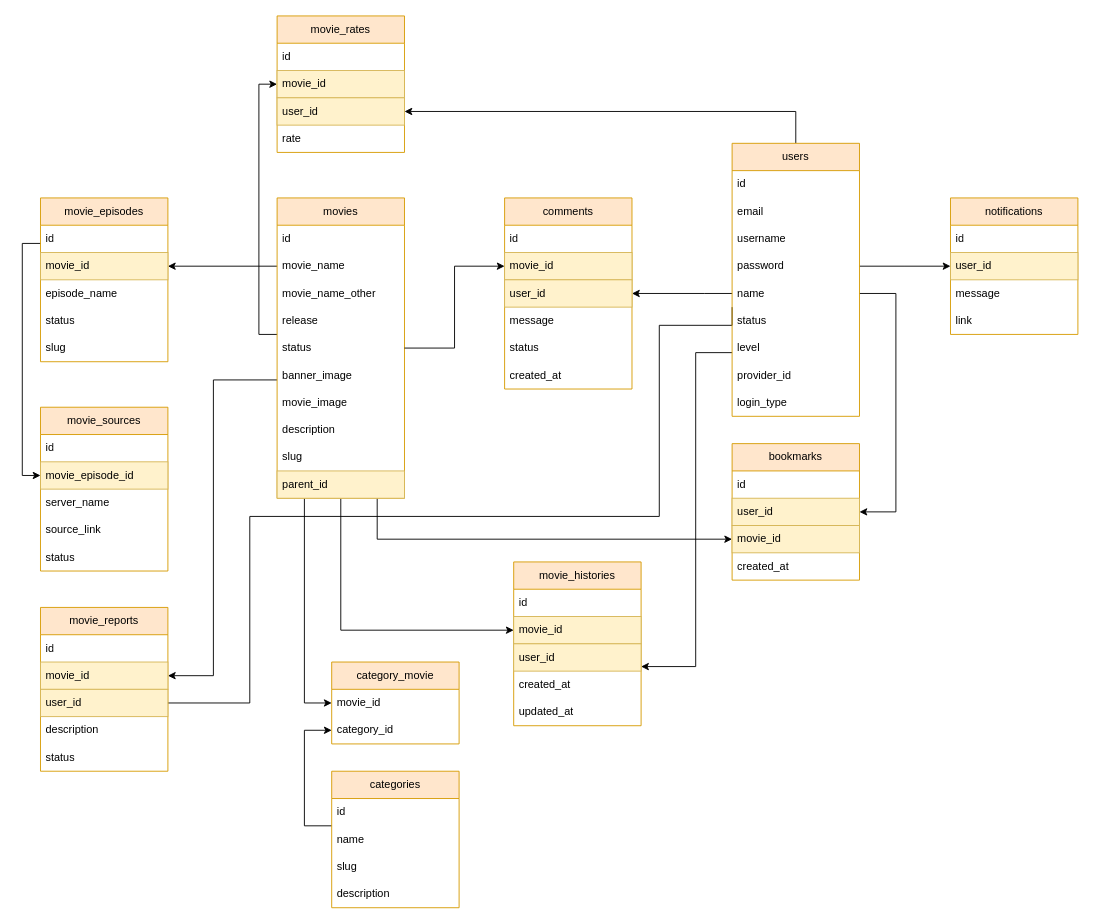
Earlier version of the draw.io diagram movies_erd.drawio (chinhps/movie-project). Source tidied: cells renumbered, new cells numbered last; positions are measured from the earlier drawing's top-left corner, leaving out a move shared by most shapes. Both pictures are drawn from the tidied source at 91%, with x=0, y=0 at pixel (22, 15).
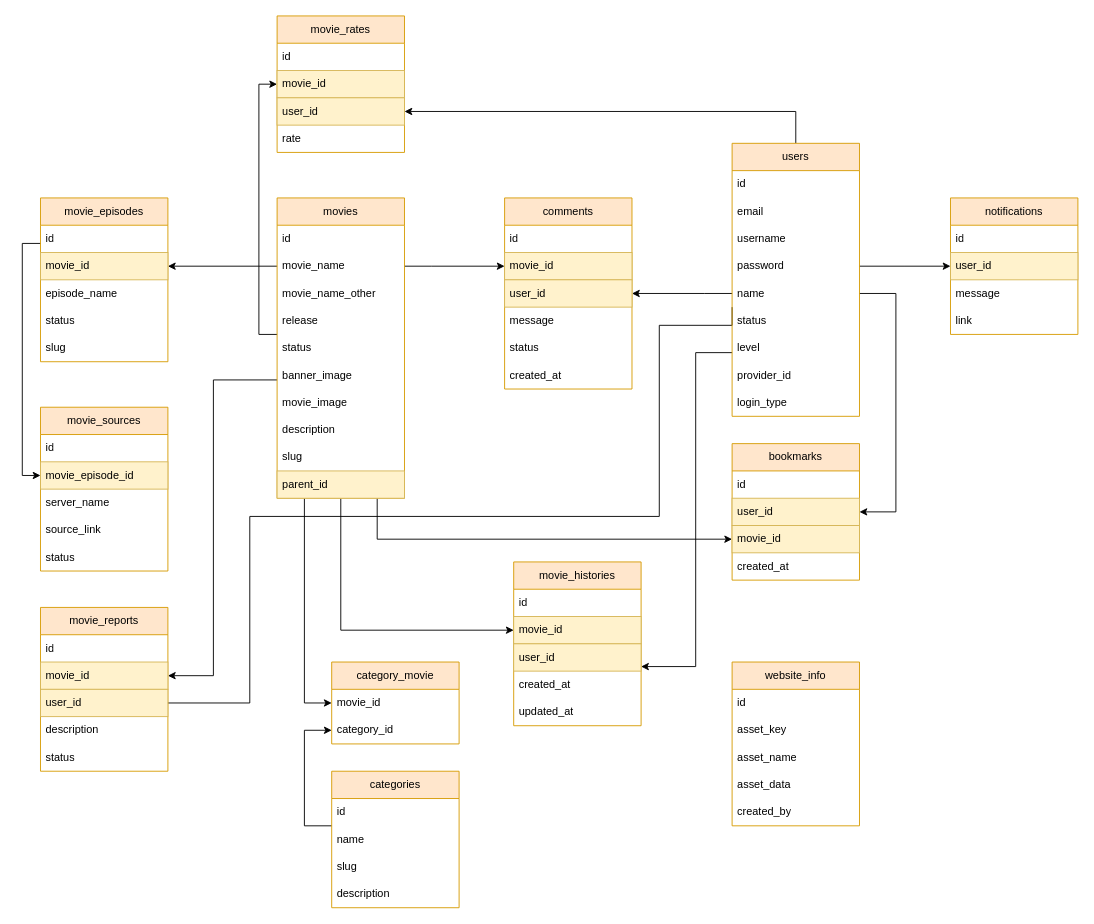
The same diagram, later.

Unchanged cells that the change refers to:
```xml
<mxCell id="8" value="movies" style="swimlane;fontStyle=0;horizontal=1;startSize=30;whiteSpace=wrap;html=1;fillColor=#ffe6cc;strokeColor=#d79b00;" parent="1" vertex="1">
  <mxGeometry x="280" y="200" width="140" height="330" as="geometry" />
</mxCell>
<mxCell id="13" value="status" style="text;align=left;verticalAlign=middle;spacingLeft=4;spacingRight=4;overflow=hidden;points=[[0,0.5],[1,0.5]];portConstraint=eastwest;whiteSpace=wrap;html=1;" parent="8" vertex="1">
  <mxGeometry y="150" width="140" height="30" as="geometry" />
</mxCell>
<mxCell id="28" value="movie_id" style="text;strokeColor=#d6b656;fillColor=#fff2cc;align=left;verticalAlign=middle;spacingLeft=4;spacingRight=4;overflow=hidden;points=[[0,0.5],[1,0.5]];portConstraint=eastwest;whiteSpace=wrap;html=1;" parent="26" vertex="1">
  <mxGeometry y="60" width="140" height="30" as="geometry" />
</mxCell>
```

The edit, as a diff of the source:
```diff
@@
+    <mxCell id="92" style="edgeStyle=orthogonalEdgeStyle;rounded=0;jettySize=auto;html=1;" parent="1" edge="1" source="8" target="28">
+      <mxGeometry relative="1" as="geometry">
+        <Array as="points">
+          <mxPoint x="450" y="275" />
+          <mxPoint x="450" y="275" />
+        </Array>
+      </mxGeometry>
+    </mxCell>
@@
-    <mxCell id="33" style="edgeStyle=orthogonalEdgeStyle;rounded=0;jettySize=auto;html=1;" parent="1" edge="1" source="13" target="28">
-      <mxGeometry relative="1" as="geometry" />
-    </mxCell>
@@
+    <mxCell id="93" value="website_info" style="swimlane;fontStyle=0;horizontal=1;startSize=30;whiteSpace=wrap;html=1;fillColor=#ffe6cc;strokeColor=#d79b00;" parent="1" vertex="1">
+      <mxGeometry x="780" y="710" width="140" height="180" as="geometry" />
+    </mxCell>
+    <mxCell id="94" value="id" style="text;strokeColor=none;fillColor=none;align=left;verticalAlign=middle;spacingLeft=4;spacingRight=4;overflow=hidden;whiteSpace=wrap;html=1;" parent="93" vertex="1">
+      <mxGeometry y="30" width="140" height="30" as="geometry" />
+    </mxCell>
+    <mxCell id="95" value="asset_key" style="text;strokeColor=none;fillColor=none;align=left;verticalAlign=middle;spacingLeft=4;spacingRight=4;overflow=hidden;whiteSpace=wrap;html=1;" parent="93" vertex="1">
+      <mxGeometry y="60" width="140" height="30" as="geometry" />
+    </mxCell>
+    <mxCell id="96" value="asset_name" style="text;strokeColor=none;fillColor=none;align=left;verticalAlign=middle;spacingLeft=4;spacingRight=4;overflow=hidden;whiteSpace=wrap;html=1;" parent="93" vertex="1">
+      <mxGeometry y="90" width="140" height="30" as="geometry" />
+    </mxCell>
+    <mxCell id="97" value="asset_data" style="text;strokeColor=none;fillColor=none;align=left;verticalAlign=middle;spacingLeft=4;spacingRight=4;overflow=hidden;whiteSpace=wrap;html=1;" parent="93" vertex="1">
+      <mxGeometry y="120" width="140" height="30" as="geometry" />
+    </mxCell>
+    <mxCell id="98" value="created_by" style="text;strokeColor=none;fillColor=none;align=left;verticalAlign=middle;spacingLeft=4;spacingRight=4;overflow=hidden;whiteSpace=wrap;html=1;" parent="93" vertex="1">
+      <mxGeometry y="150" width="140" height="30" as="geometry" />
+    </mxCell>
```
